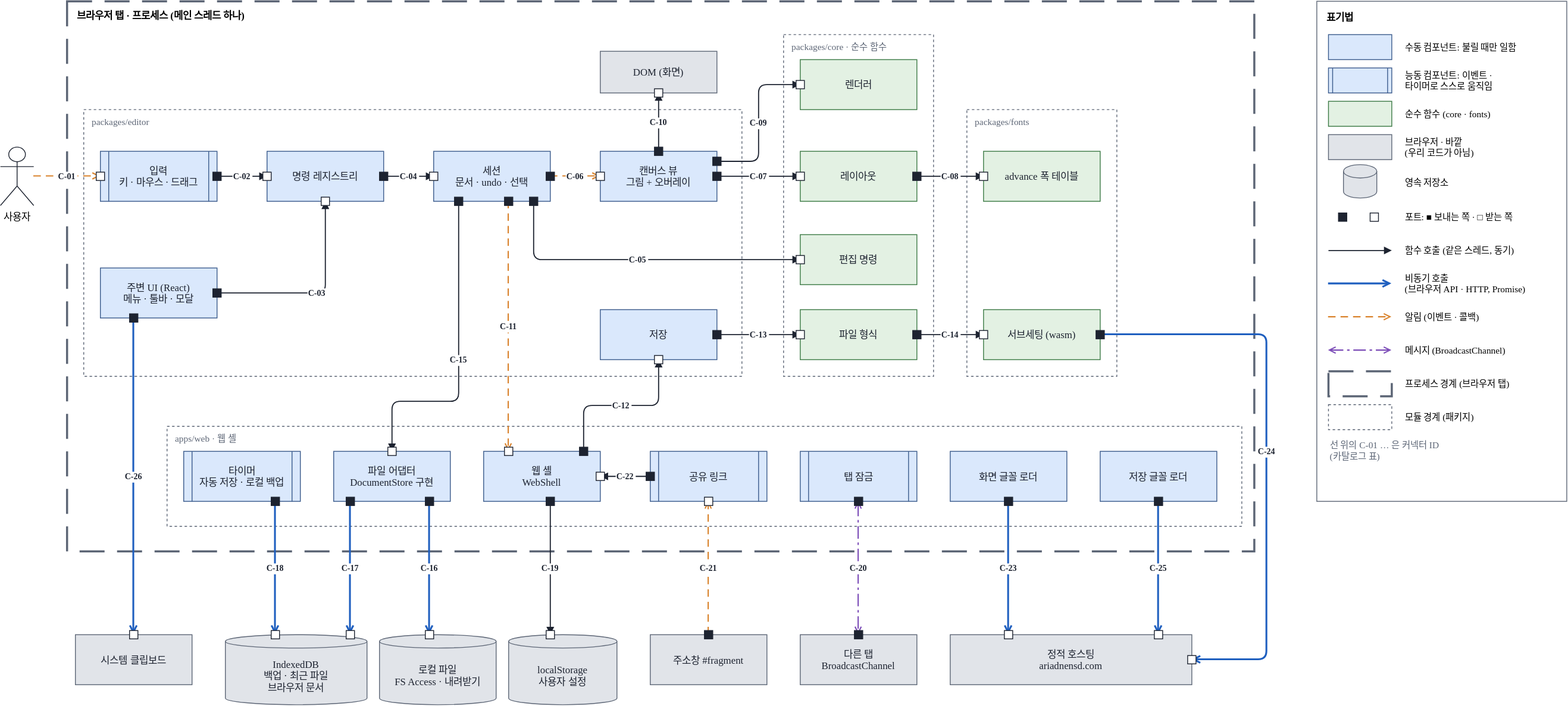
Above: docs/03-architecture/assets/cc-view-web.drawio.svg in reddiana/AriadneNSD (draw.io), before the change. Source tidied: cells renumbered, new cells last; positions are measured from the earlier drawing's top-left corner, leaving out a move shared by most shapes.
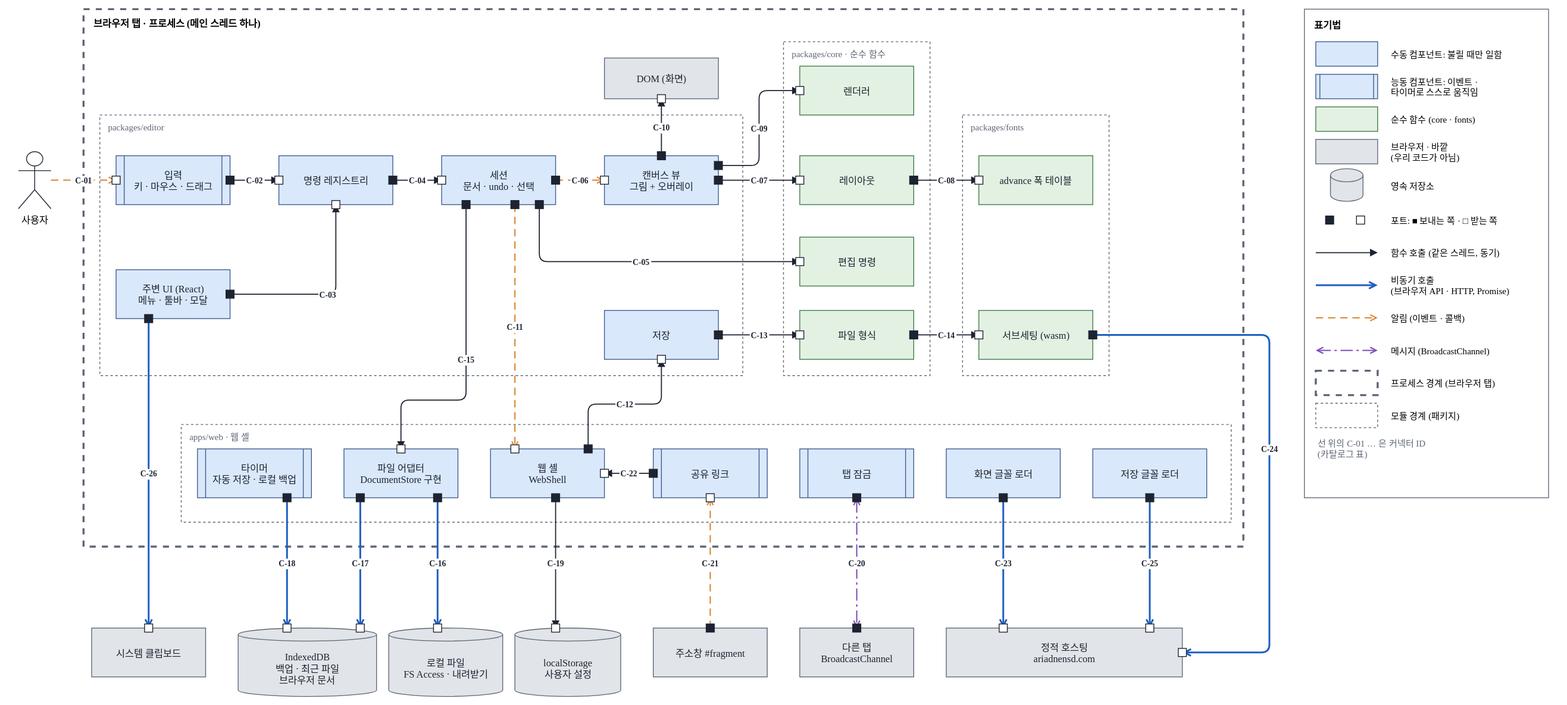
After the commit.

Commit message:
docs(architecture): 메인테이너가 draw.io로 C&C 그림을 고침(탭 경계 점선 · 범례 · C-24), 사이트에서 draw.io 그림은 흰 바탕

Diff of the diagram source:
```diff
@@ -2,7 +2,7 @@
   <root>
     <mxCell id="0" />
     <mxCell id="1" parent="0" />
-    <mxCell id="2" value="브라우저 탭 · 프로세스 (메인 스레드 하나)" style="rounded=0;fillColor=none;dashed=1;dashPattern=12 6;strokeWidth=2.5;strokeColor=#5d6676;verticalAlign=top;align=left;spacingLeft=10;spacingTop=4;fontStyle=1;fontFamily=Malgun Gothic;fontSize=12;" parent="1" vertex="1">
+    <mxCell id="2" value="브라우저 탭 · 프로세스 (메인 스레드 하나)" style="rounded=0;fillColor=none;dashed=1;strokeWidth=2.5;strokeColor=#5d6676;verticalAlign=top;align=left;spacingLeft=10;spacingTop=4;fontStyle=1;fontFamily=Malgun Gothic;fontSize=12;" parent="1" vertex="1">
       <mxGeometry x="80" width="1425" height="660" as="geometry" />
     </mxCell>
     <mxCell id="3" value="packages/editor" style="rounded=0;fillColor=none;dashed=1;dashPattern=3 3;strokeWidth=1;strokeColor=#5d6676;verticalAlign=top;align=left;spacingLeft=8;spacingTop=2;fontColor=#5d6676;fontFamily=Malgun Gothic;fontSize=12;fontSize=11;" parent="1" vertex="1">
@@ -257,13 +257,12 @@
         <mxPoint x="1210" y="760" as="targetPoint" />
       </mxGeometry>
     </mxCell>
-    <mxCell id="58" value="C-24" style="endArrow=open;endFill=0;strokeColor=#1f5fbf;strokeWidth=2.2;rounded=1;arcSize=20;html=0;fontSize=10;fontStyle=1;labelBackgroundColor=#ffffff;fontColor=#1d2330;fontFamily=Malgun Gothic;" parent="1" edge="1">
+    <mxCell id="58" value="C-24" style="endArrow=open;endFill=0;strokeColor=#1f5fbf;strokeWidth=2.2;rounded=1;arcSize=20;html=0;fontSize=10;fontStyle=1;labelBackgroundColor=#ffffff;fontColor=#1d2330;fontFamily=Malgun Gothic;edgeStyle=elbowEdgeStyle;" parent="1" edge="1">
       <mxGeometry relative="1" as="geometry">
         <mxPoint x="1320" y="400" as="sourcePoint" />
         <mxPoint x="1430" y="790" as="targetPoint" />
         <Array as="points">
-          <mxPoint x="1520" y="400" />
-          <mxPoint x="1520" y="790" />
+          <mxPoint x="1537" y="597" />
         </Array>
       </mxGeometry>
     </mxCell>
@@ -486,7 +485,7 @@
     <mxCell id="129" value="메시지 (BroadcastChannel)" style="text;html=0;align=left;verticalAlign=middle;fontFamily=Malgun Gothic;fontSize=12;fontSize=11;" parent="1" vertex="1">
       <mxGeometry x="1684" y="404" width="186" height="30" as="geometry" />
     </mxCell>
-    <mxCell id="130" style="rounded=0;fillColor=none;dashed=1;dashPattern=12 6;strokeWidth=2.5;strokeColor=#5d6676;" parent="1" vertex="1">
+    <mxCell id="130" style="rounded=0;fillColor=none;dashed=1;strokeWidth=2.5;strokeColor=#5d6676;" parent="1" vertex="1">
       <mxGeometry x="1594" y="444" width="76" height="30" as="geometry" />
     </mxCell>
     <mxCell id="131" value="프로세스 경계 (브라우저 탭)" style="text;html=0;align=left;verticalAlign=middle;fontFamily=Malgun Gothic;fontSize=12;fontSize=11;" parent="1" vertex="1">
```
